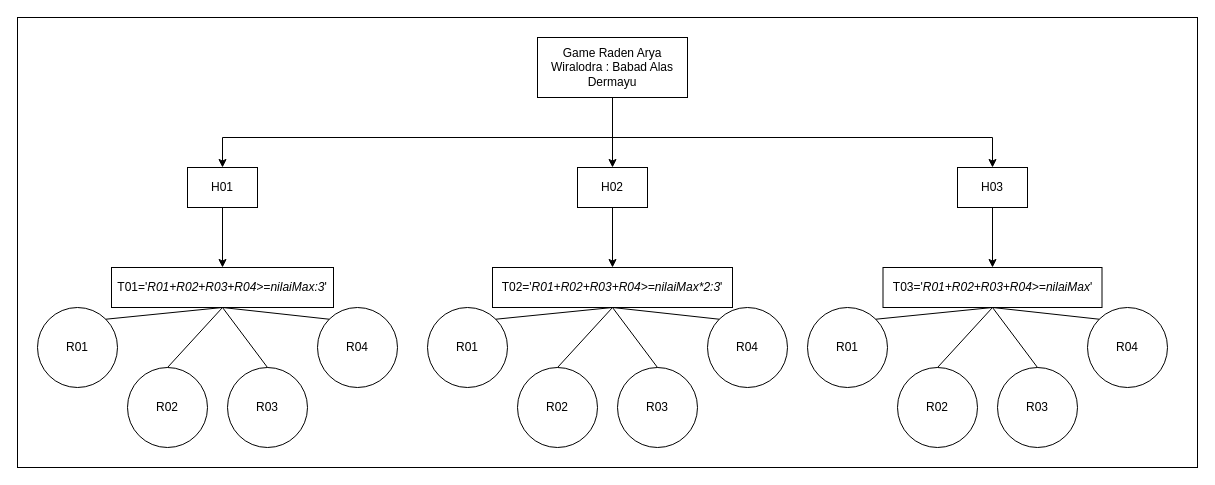
Earlier version of the draw.io diagram Inference tree review.drawio (aduar242/ClassDiagram). Source tidied: cells renumbered, new cells numbered last; positions are measured from the earlier drawing's top-left corner, leaving out a move shared by most shapes. Both pictures are drawn from the tidied source at 100%, with x=0, y=0 at pixel (17, 17).
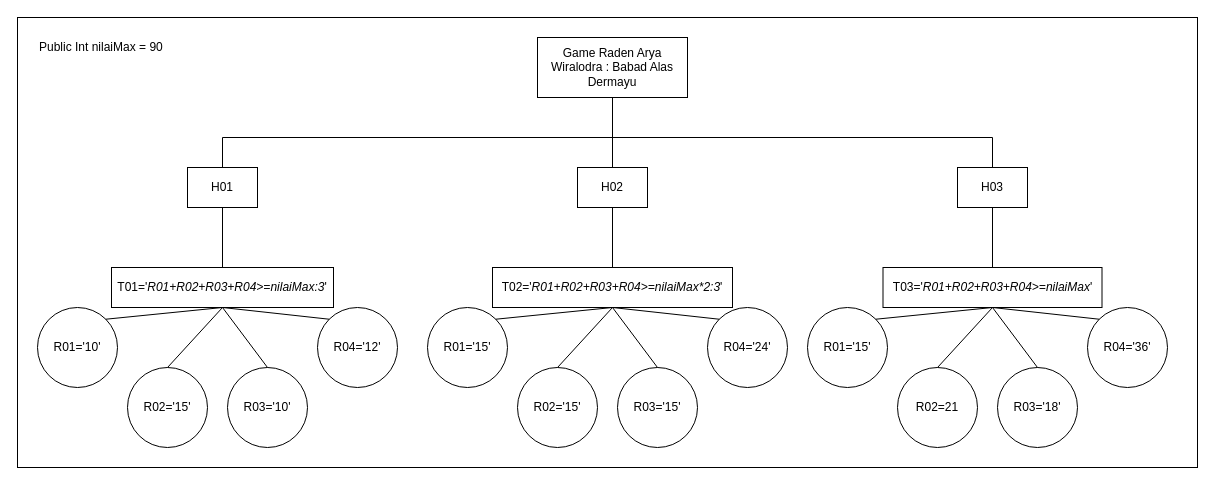
The same page after the edit.

The change refers to these unchanged cells:
```xml
<mxCell id="6" value="&lt;span lang=&quot;EN-US&quot;&gt;Game&lt;/span&gt;&lt;i&gt;&lt;span lang=&quot;EN-US&quot;&gt; &lt;/span&gt;&lt;/i&gt;&lt;span lang=&quot;EN-US&quot;&gt;Raden Arya Wiralodra : Babad Alas Dermayu&lt;/span&gt;" style="rounded=0;whiteSpace=wrap;html=1;" parent="1" vertex="1">
  <mxGeometry x="520" y="20" width="150" height="60" as="geometry" />
</mxCell>
<mxCell id="8" value="H01" style="rounded=0;whiteSpace=wrap;html=1;" parent="1" vertex="1">
  <mxGeometry x="170" y="150" width="70" height="40" as="geometry" />
</mxCell>
<mxCell id="10" value="H02" style="rounded=0;whiteSpace=wrap;html=1;" parent="1" vertex="1">
  <mxGeometry x="560" y="150" width="70" height="40" as="geometry" />
</mxCell>
<mxCell id="12" value="H03" style="rounded=0;whiteSpace=wrap;html=1;" parent="1" vertex="1">
  <mxGeometry x="940" y="150" width="70" height="40" as="geometry" />
</mxCell>
<mxCell id="13" value="T01='&lt;i&gt;&lt;span lang=&quot;EN-US&quot;&gt;R01+R02+R03+R04&amp;gt;=nilaiMax:3&lt;/span&gt;&lt;/i&gt;'" style="rounded=0;whiteSpace=wrap;html=1;" parent="1" vertex="1">
  <mxGeometry x="94" y="250" width="222" height="40" as="geometry" />
</mxCell>
<mxCell id="22" value="T02='&lt;i&gt;&lt;span lang=&quot;EN-US&quot;&gt;R01+R02+R03+R04&amp;gt;=&lt;/span&gt;&lt;/i&gt;&lt;i&gt;&lt;span lang=&quot;EN-US&quot;&gt;nilaiMax*2:3&lt;/span&gt;&lt;/i&gt;'" style="rounded=0;whiteSpace=wrap;html=1;" parent="1" vertex="1">
  <mxGeometry x="475" y="250" width="240" height="40" as="geometry" />
</mxCell>
<mxCell id="31" value="&lt;div&gt;T03='&lt;i&gt;&lt;span lang=&quot;EN-US&quot;&gt;R01+R02+R03+R04&amp;gt;=&lt;/span&gt;&lt;/i&gt;&lt;i&gt;&lt;span lang=&quot;EN-US&quot;&gt;nilaiMax&lt;/span&gt;&lt;/i&gt;'&lt;/div&gt;" style="rounded=0;whiteSpace=wrap;html=1;" parent="1" vertex="1">
  <mxGeometry x="865.5" y="250" width="219" height="40" as="geometry" />
</mxCell>
```

The edit, as a diff of the source:
```diff
@@
-    <mxCell id="3" style="edgeStyle=orthogonalEdgeStyle;rounded=0;jettySize=auto;html=1;entryX=0.5;entryY=0;entryDx=0;entryDy=0;" parent="1" edge="1" source="6" target="10">
+    <mxCell id="3" style="edgeStyle=orthogonalEdgeStyle;rounded=0;jettySize=auto;html=1;entryX=0.5;entryY=0;entryDx=0;entryDy=0;endArrow=none;endFill=0;" parent="1" edge="1" source="6" target="10">
       <mxGeometry relative="1" as="geometry" />
     </mxCell>
-    <mxCell id="4" style="edgeStyle=orthogonalEdgeStyle;rounded=0;jettySize=auto;html=1;entryX=0.5;entryY=0;entryDx=0;entryDy=0;" parent="1" edge="1" source="6" target="8">
+    <mxCell id="4" style="edgeStyle=orthogonalEdgeStyle;rounded=0;jettySize=auto;html=1;entryX=0.5;entryY=0;entryDx=0;entryDy=0;endArrow=none;endFill=0;" parent="1" edge="1" source="6" target="8">
       <mxGeometry relative="1" as="geometry">
         <Array as="points">
           <mxPoint x="595" y="120" />
           <mxPoint x="205" y="120" />
         </Array>
       </mxGeometry>
     </mxCell>
-    <mxCell id="5" style="edgeStyle=orthogonalEdgeStyle;rounded=0;jettySize=auto;html=1;entryX=0.5;entryY=0;entryDx=0;entryDy=0;" parent="1" edge="1" source="6" target="12">
+    <mxCell id="5" style="edgeStyle=orthogonalEdgeStyle;rounded=0;jettySize=auto;html=1;entryX=0.5;entryY=0;entryDx=0;entryDy=0;endArrow=none;endFill=0;" parent="1" edge="1" source="6" target="12">
       <mxGeometry relative="1" as="geometry">
         <Array as="points">
           <mxPoint x="595" y="120" />
           <mxPoint x="975" y="120" />
         </Array>
       </mxGeometry>
     </mxCell>
@@
-    <mxCell id="7" style="edgeStyle=orthogonalEdgeStyle;rounded=0;jettySize=auto;html=1;entryX=0.5;entryY=0;entryDx=0;entryDy=0;" parent="1" edge="1" source="8" target="13">
+    <mxCell id="7" style="edgeStyle=orthogonalEdgeStyle;rounded=0;jettySize=auto;html=1;entryX=0.5;entryY=0;entryDx=0;entryDy=0;endArrow=none;endFill=0;" parent="1" edge="1" source="8" target="13">
       <mxGeometry relative="1" as="geometry" />
     </mxCell>
@@
-    <mxCell id="9" style="edgeStyle=orthogonalEdgeStyle;rounded=0;jettySize=auto;html=1;entryX=0.5;entryY=0;entryDx=0;entryDy=0;" parent="1" edge="1" source="10" target="22">
+    <mxCell id="9" style="edgeStyle=orthogonalEdgeStyle;rounded=0;jettySize=auto;html=1;entryX=0.5;entryY=0;entryDx=0;entryDy=0;endArrow=none;endFill=0;" parent="1" edge="1" source="10" target="22">
       <mxGeometry relative="1" as="geometry" />
     </mxCell>
@@
-    <mxCell id="11" style="edgeStyle=orthogonalEdgeStyle;rounded=0;jettySize=auto;html=1;entryX=0.5;entryY=0;entryDx=0;entryDy=0;" parent="1" edge="1" source="12" target="31">
+    <mxCell id="11" style="edgeStyle=orthogonalEdgeStyle;rounded=0;jettySize=auto;html=1;entryX=0.5;entryY=0;entryDx=0;entryDy=0;endArrow=none;endFill=0;" parent="1" edge="1" source="12" target="31">
       <mxGeometry relative="1" as="geometry" />
     </mxCell>
@@
-    <mxCell id="14" value="R02" style="ellipse;whiteSpace=wrap;html=1;" parent="1" vertex="1">
+    <mxCell id="14" value="R02='15'" style="ellipse;whiteSpace=wrap;html=1;" parent="1" vertex="1">
       <mxGeometry x="110" y="350" width="80" height="80" as="geometry" />
     </mxCell>
-    <mxCell id="15" value="&lt;div&gt;R03&lt;/div&gt;" style="ellipse;whiteSpace=wrap;html=1;" parent="1" vertex="1">
+    <mxCell id="15" value="&lt;div&gt;R03='10'&lt;/div&gt;" style="ellipse;whiteSpace=wrap;html=1;" parent="1" vertex="1">
       <mxGeometry x="210" y="350" width="80" height="80" as="geometry" />
     </mxCell>
-    <mxCell id="16" value="R04" style="ellipse;whiteSpace=wrap;html=1;" parent="1" vertex="1">
+    <mxCell id="16" value="R04='12'" style="ellipse;whiteSpace=wrap;html=1;" parent="1" vertex="1">
       <mxGeometry x="300" y="290" width="80" height="80" as="geometry" />
     </mxCell>
-    <mxCell id="17" value="&lt;div&gt;R01&lt;/div&gt;" style="ellipse;whiteSpace=wrap;html=1;" parent="1" vertex="1">
+    <mxCell id="17" value="&lt;div&gt;R01='10'&lt;/div&gt;" style="ellipse;whiteSpace=wrap;html=1;" parent="1" vertex="1">
       <mxGeometry x="20" y="290" width="80" height="80" as="geometry" />
     </mxCell>
@@
-    <mxCell id="23" value="R02" style="ellipse;whiteSpace=wrap;html=1;" parent="1" vertex="1">
+    <mxCell id="23" value="R02='15'" style="ellipse;whiteSpace=wrap;html=1;" parent="1" vertex="1">
       <mxGeometry x="500" y="350" width="80" height="80" as="geometry" />
     </mxCell>
-    <mxCell id="24" value="&lt;div&gt;R03&lt;/div&gt;" style="ellipse;whiteSpace=wrap;html=1;" parent="1" vertex="1">
+    <mxCell id="24" value="&lt;div&gt;R03='15'&lt;/div&gt;" style="ellipse;whiteSpace=wrap;html=1;" parent="1" vertex="1">
       <mxGeometry x="600" y="350" width="80" height="80" as="geometry" />
     </mxCell>
-    <mxCell id="25" value="R04" style="ellipse;whiteSpace=wrap;html=1;" parent="1" vertex="1">
+    <mxCell id="25" value="R04='24'" style="ellipse;whiteSpace=wrap;html=1;" parent="1" vertex="1">
       <mxGeometry x="690" y="290" width="80" height="80" as="geometry" />
     </mxCell>
-    <mxCell id="26" value="&lt;div&gt;R01&lt;/div&gt;" style="ellipse;whiteSpace=wrap;html=1;" parent="1" vertex="1">
+    <mxCell id="26" value="&lt;div&gt;R01='15'&lt;/div&gt;" style="ellipse;whiteSpace=wrap;html=1;" parent="1" vertex="1">
       <mxGeometry x="410" y="290" width="80" height="80" as="geometry" />
     </mxCell>
@@
-    <mxCell id="32" value="R02" style="ellipse;whiteSpace=wrap;html=1;" parent="1" vertex="1">
+    <mxCell id="32" value="R02=21" style="ellipse;whiteSpace=wrap;html=1;" parent="1" vertex="1">
       <mxGeometry x="880" y="350" width="80" height="80" as="geometry" />
     </mxCell>
-    <mxCell id="33" value="&lt;div&gt;R03&lt;/div&gt;" style="ellipse;whiteSpace=wrap;html=1;" parent="1" vertex="1">
+    <mxCell id="33" value="&lt;div&gt;R03='18'&lt;/div&gt;" style="ellipse;whiteSpace=wrap;html=1;" parent="1" vertex="1">
       <mxGeometry x="980" y="350" width="80" height="80" as="geometry" />
     </mxCell>
-    <mxCell id="34" value="R04" style="ellipse;whiteSpace=wrap;html=1;" parent="1" vertex="1">
+    <mxCell id="34" value="R04='36'" style="ellipse;whiteSpace=wrap;html=1;" parent="1" vertex="1">
       <mxGeometry x="1070" y="290" width="80" height="80" as="geometry" />
     </mxCell>
-    <mxCell id="35" value="&lt;div&gt;R01&lt;/div&gt;" style="ellipse;whiteSpace=wrap;html=1;" parent="1" vertex="1">
+    <mxCell id="35" value="&lt;div&gt;R01='15'&lt;/div&gt;" style="ellipse;whiteSpace=wrap;html=1;" parent="1" vertex="1">
       <mxGeometry x="790" y="290" width="80" height="80" as="geometry" />
     </mxCell>
@@
+    <mxCell id="40" value="&lt;div align=&quot;left&quot;&gt;Public Int nilaiMax = 90&lt;br&gt;&lt;/div&gt;" style="text;html=1;strokeColor=none;fillColor=none;align=left;verticalAlign=middle;whiteSpace=wrap;rounded=0;" parent="1" vertex="1">
+      <mxGeometry x="20" y="20" width="150" height="20" as="geometry" />
+    </mxCell>
```
